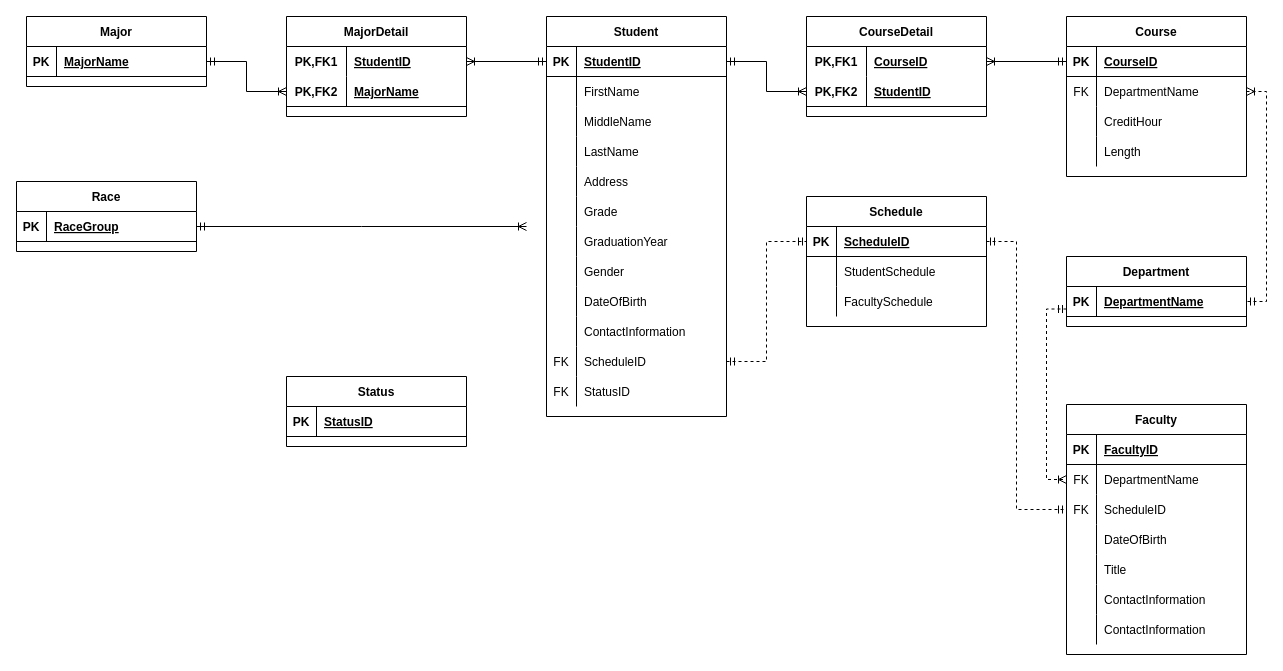
Before: National Education Associates ERD.drawio in JerryJi002/Diagrams, a draw.io diagram. Source tidied: cells renumbered, new cells numbered last; positions are measured from the earlier drawing's top-left corner, leaving out a move shared by most shapes. Both pictures are drawn from the tidied source at 100%, with x=0, y=0 at pixel (16, 16).
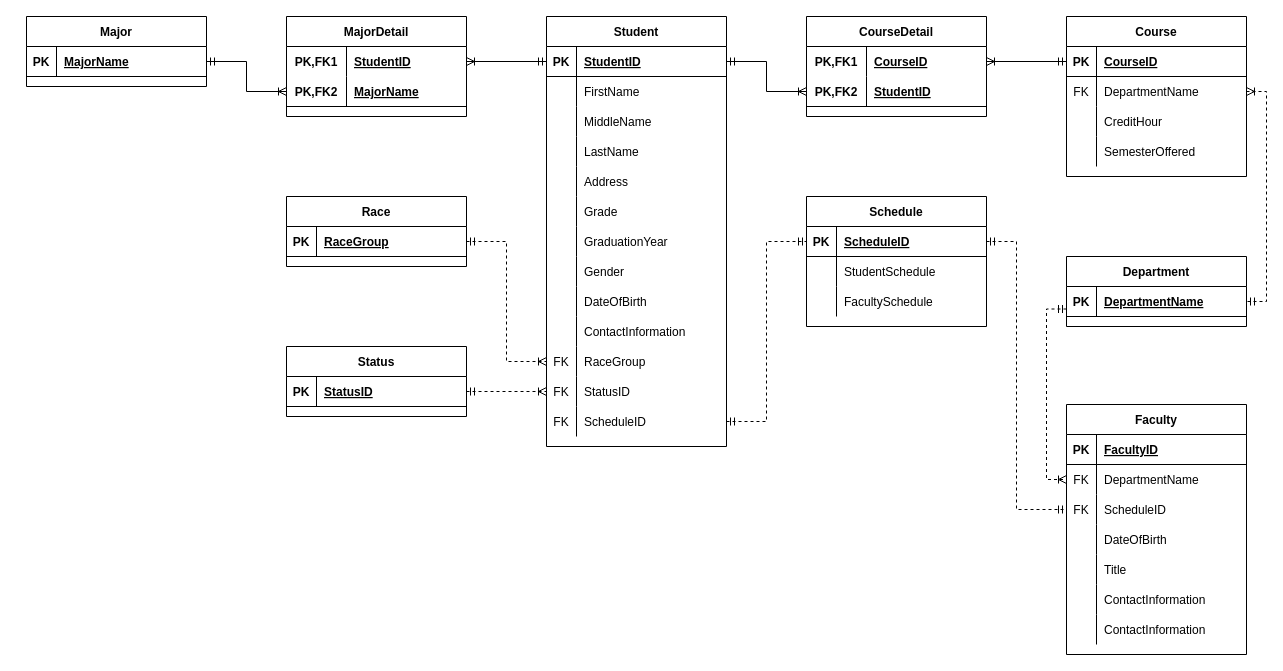
The same page after the edit.

The change refers to these unchanged cells:
```xml
<mxCell id="86" style="shape=tableRow;horizontal=0;startSize=0;swimlaneHead=0;swimlaneBody=0;fillColor=none;top=0;left=0;right=0;bottom=0;" parent="76" vertex="1">
  <mxGeometry y="120" width="180" height="30" as="geometry" />
</mxCell>
<mxCell id="101" style="shape=tableRow;horizontal=0;startSize=0;swimlaneHead=0;swimlaneBody=0;fillColor=none;points=[[0,0.5],[1,0.5]];portConstraint=eastwest;top=0;left=0;right=0;bottom=1;" parent="100" vertex="1">
  <mxGeometry y="30" width="180" height="30" as="geometry" />
</mxCell>
<mxCell id="105" style="shape=tableRow;horizontal=0;startSize=0;swimlaneHead=0;swimlaneBody=0;fillColor=none;points=[[0,0.5],[1,0.5]];portConstraint=eastwest;top=0;left=0;right=0;bottom=1;" parent="104" vertex="1">
  <mxGeometry y="30" width="180" height="30" as="geometry" />
</mxCell>
```

The edit, as a diff of the source:
```diff
@@
     <mxCell id="2" value="Student" style="shape=table;startSize=30;childLayout=tableLayout;rowLines=0;fontStyle=1;align=center;" parent="1" vertex="1">
-      <mxGeometry x="530" width="180" height="400" as="geometry" />
+      <mxGeometry x="530" width="180" height="430" as="geometry" />
     </mxCell>
@@
+    <mxCell id="123" style="shape=tableRow;horizontal=0;startSize=0;swimlaneHead=0;swimlaneBody=0;fillColor=none;points=[[0,0.5],[1,0.5]];portConstraint=eastwest;top=0;left=0;right=0;bottom=0;" parent="2" vertex="1">
+      <mxGeometry y="330" width="180" height="30" as="geometry" />
+    </mxCell>
+    <mxCell id="124" value="FK" style="shape=partialRectangle;fillColor=none;top=0;left=0;bottom=0;right=0;overflow=hidden;" parent="123" vertex="1">
+      <mxGeometry width="30" height="30" as="geometry" />
+    </mxCell>
+    <mxCell id="125" value="RaceGroup" style="shape=partialRectangle;fillColor=none;top=0;left=0;bottom=0;right=0;align=left;spacingLeft=6;overflow=hidden;" parent="123" vertex="1">
+      <mxGeometry x="30" width="150" height="30" as="geometry" />
+    </mxCell>
+    <mxCell id="36" style="shape=tableRow;horizontal=0;startSize=0;swimlaneHead=0;swimlaneBody=0;fillColor=none;points=[[0,0.5],[1,0.5]];portConstraint=eastwest;top=0;left=0;right=0;bottom=0;" parent="2" vertex="1">
+      <mxGeometry y="360" width="180" height="30" as="geometry" />
+    </mxCell>
+    <mxCell id="37" value="FK" style="shape=partialRectangle;fillColor=none;top=0;left=0;bottom=0;right=0;overflow=hidden;" parent="36" vertex="1">
+      <mxGeometry width="30" height="30" as="geometry" />
+    </mxCell>
+    <mxCell id="38" value="StatusID" style="shape=partialRectangle;fillColor=none;top=0;left=0;bottom=0;right=0;align=left;spacingLeft=6;overflow=hidden;" parent="36" vertex="1">
+      <mxGeometry x="30" width="150" height="30" as="geometry" />
+    </mxCell>
     <mxCell id="33" style="shape=tableRow;horizontal=0;startSize=0;swimlaneHead=0;swimlaneBody=0;fillColor=none;points=[[0,0.5],[1,0.5]];portConstraint=eastwest;top=0;left=0;right=0;bottom=0;" parent="2" vertex="1">
-      <mxGeometry y="330" width="180" height="30" as="geometry" />
+      <mxGeometry y="390" width="180" height="30" as="geometry" />
     </mxCell>
@@
-    <mxCell id="36" style="shape=tableRow;horizontal=0;startSize=0;swimlaneHead=0;swimlaneBody=0;fillColor=none;points=[[0,0.5],[1,0.5]];portConstraint=eastwest;top=0;left=0;right=0;bottom=0;" parent="2" vertex="1">
-      <mxGeometry y="360" width="180" height="30" as="geometry" />
-    </mxCell>
-    <mxCell id="37" value="FK" style="shape=partialRectangle;fillColor=none;top=0;left=0;bottom=0;right=0;overflow=hidden;" parent="36" vertex="1">
-      <mxGeometry width="30" height="30" as="geometry" />
-    </mxCell>
-    <mxCell id="38" value="StatusID" style="shape=partialRectangle;fillColor=none;top=0;left=0;bottom=0;right=0;align=left;spacingLeft=6;overflow=hidden;" parent="36" vertex="1">
-      <mxGeometry x="30" width="150" height="30" as="geometry" />
-    </mxCell>
@@
-    <mxCell id="88" value="Length" style="shape=partialRectangle;fillColor=none;top=0;left=0;bottom=0;right=0;align=left;spacingLeft=6;overflow=hidden;" parent="86" vertex="1">
+    <mxCell id="88" value="SemesterOffered" style="shape=partialRectangle;fillColor=none;top=0;left=0;bottom=0;right=0;align=left;spacingLeft=6;overflow=hidden;" parent="86" vertex="1">
       <mxGeometry x="30" width="150" height="30" as="geometry" />
     </mxCell>
@@
     <mxCell id="100" value="Race" style="shape=table;startSize=30;childLayout=tableLayout;rowLines=0;fontStyle=1;align=center;" parent="1" vertex="1">
-      <mxGeometry y="165" width="180" height="70" as="geometry" />
+      <mxGeometry x="270" y="180" width="180" height="70" as="geometry" />
     </mxCell>
@@
     <mxCell id="104" value="Status" style="shape=table;startSize=30;childLayout=tableLayout;rowLines=0;fontStyle=1;align=center;" parent="1" vertex="1">
-      <mxGeometry x="270" y="360" width="180" height="70" as="geometry" />
+      <mxGeometry x="270" y="330" width="180" height="70" as="geometry" />
     </mxCell>
@@
-    <mxCell id="121" style="edgeStyle=orthogonalEdgeStyle;rounded=0;jettySize=auto;html=1;exitX=1;exitY=0.5;exitDx=0;exitDy=0;startArrow=ERmandOne;startFill=0;endArrow=ERoneToMany;endFill=0;" parent="1" edge="1" source="101">
-      <mxGeometry relative="1" as="geometry">
-        <mxPoint x="510" y="210" as="targetPoint" />
-      </mxGeometry>
+    <mxCell id="121" style="edgeStyle=orthogonalEdgeStyle;rounded=0;jettySize=auto;html=1;exitX=1;exitY=0.5;exitDx=0;exitDy=0;startArrow=ERmandOne;startFill=0;endArrow=ERoneToMany;endFill=0;entryX=0;entryY=0.5;entryDx=0;entryDy=0;dashed=1;" parent="1" edge="1" source="101" target="123">
+      <mxGeometry relative="1" as="geometry" />
     </mxCell>
@@
+    <mxCell id="126" style="edgeStyle=orthogonalEdgeStyle;rounded=0;jettySize=auto;html=1;exitX=1;exitY=0.5;exitDx=0;exitDy=0;entryX=0;entryY=0.5;entryDx=0;entryDy=0;startArrow=ERmandOne;startFill=0;endArrow=ERoneToMany;endFill=0;dashed=1;" parent="1" edge="1" source="105" target="36">
+      <mxGeometry relative="1" as="geometry" />
+    </mxCell>
```
